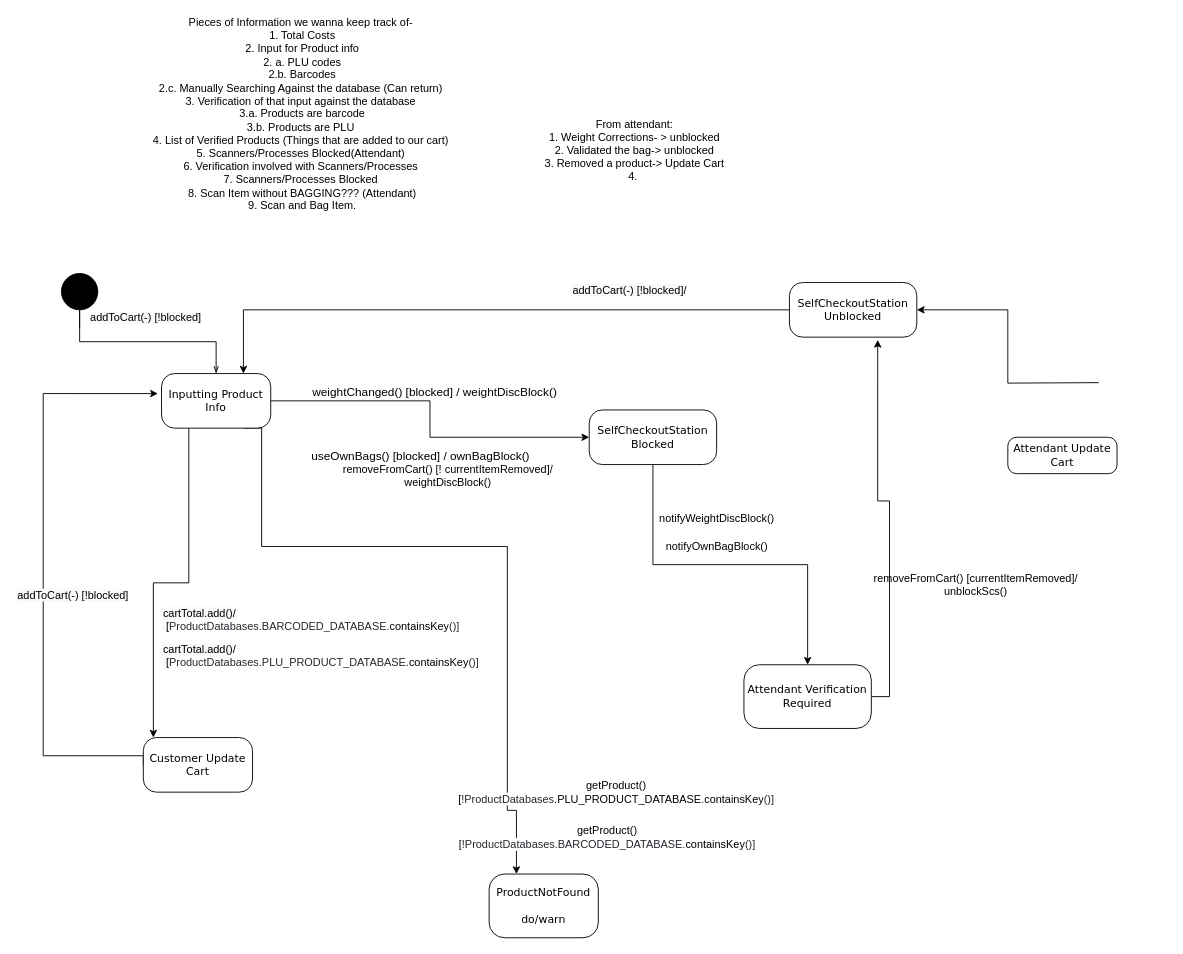
adam-25/Self-Checkout-System keeps this draw.io diagram as page "Scanning/Bagging" (2 of 4) of Diagrams/StateDiagrams/Untitled Diagram.drawio. Above is the earlier version. Source tidied: cells renumbered, new cells numbered last; positions are measured from the earlier drawing's top-left corner, leaving out a move shared by most shapes. Both pictures are drawn from the tidied source at 91%, with x=0, y=0 at pixel (15, 27).
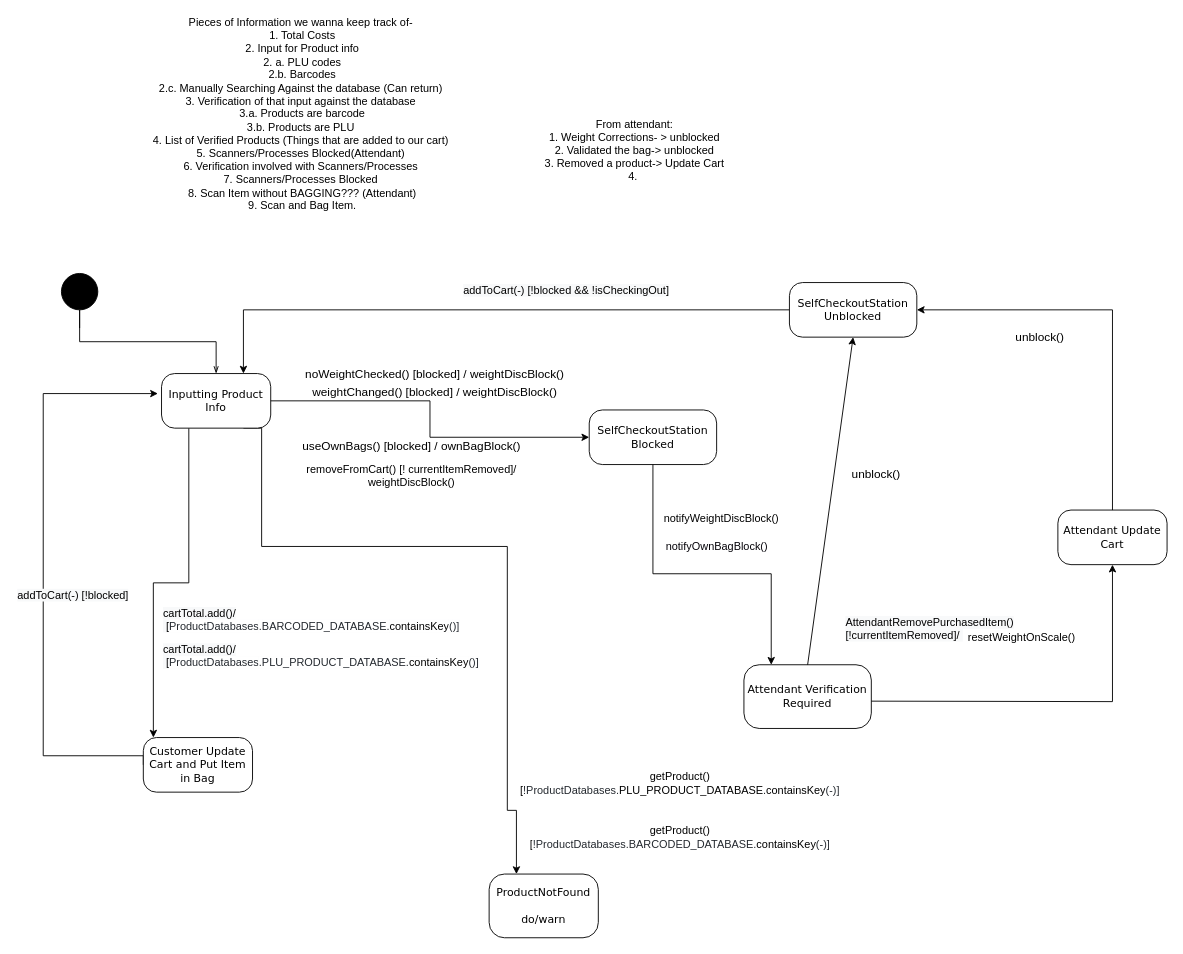
After the change.

The change refers to these unchanged cells:
```xml
<mxCell id="5" value="SelfCheckoutStation Blocked" style="rounded=1;whiteSpace=wrap;html=1;arcSize=24;shadow=0;comic=0;labelBackgroundColor=none;fontFamily=Verdana;fontSize=12;align=center;" parent="1" vertex="1">
  <mxGeometry x="630" y="420" width="140" height="60" as="geometry" />
</mxCell>
<mxCell id="13" value="Attendant Verification Required" style="rounded=1;whiteSpace=wrap;html=1;arcSize=24;shadow=0;comic=0;labelBackgroundColor=none;fontFamily=Verdana;fontSize=12;align=center;" parent="1" vertex="1">
  <mxGeometry x="800" y="700" width="140" height="70" as="geometry" />
</mxCell>
<mxCell id="15" value="SelfCheckoutStation Unblocked" style="rounded=1;whiteSpace=wrap;html=1;arcSize=24;shadow=0;comic=0;labelBackgroundColor=none;fontFamily=Verdana;fontSize=12;align=center;" parent="1" vertex="1">
  <mxGeometry x="850" y="280" width="140" height="60" as="geometry" />
</mxCell>
```

Change to the diagram source:
```diff
@@
-    <mxCell id="2" style="edgeStyle=orthogonalEdgeStyle;rounded=0;jettySize=auto;html=1;entryX=1;entryY=0.5;entryDx=0;entryDy=0;fontColor=#06040A;" parent="1" edge="1" target="15">
-      <mxGeometry relative="1" as="geometry">
-        <mxPoint x="1190" y="390" as="sourcePoint" />
-      </mxGeometry>
-    </mxCell>
-    <mxCell id="3" value="Attendant Update Cart" style="rounded=1;whiteSpace=wrap;html=1;arcSize=24;shadow=0;comic=0;labelBackgroundColor=none;fontFamily=Verdana;fontSize=12;align=center;" parent="1" vertex="1">
-      <mxGeometry x="1090" y="450" width="120" height="40" as="geometry" />
-    </mxCell>
@@
-    <mxCell id="12" style="edgeStyle=orthogonalEdgeStyle;rounded=0;jettySize=auto;html=1;exitX=1;exitY=0.5;exitDx=0;exitDy=0;fontColor=#06040A;entryX=0.693;entryY=1.05;entryDx=0;entryDy=0;entryPerimeter=0;" parent="1" edge="1" source="13" target="15">
-      <mxGeometry relative="1" as="geometry" />
-    </mxCell>
@@
-    <mxCell id="17" style="endArrow=classic;html=1;rounded=0;fontSize=13;exitX=0.5;exitY=1;exitDx=0;exitDy=0;entryX=0.5;entryY=0;entryDx=0;entryDy=0;edgeStyle=orthogonalEdgeStyle;" parent="1" edge="1" source="5" target="13">
-      <mxGeometry relative="1" as="geometry" />
+    <mxCell id="17" style="endArrow=classic;html=1;rounded=0;fontSize=13;exitX=0.5;exitY=1;exitDx=0;exitDy=0;edgeStyle=orthogonalEdgeStyle;" parent="1" edge="1" source="5">
+      <mxGeometry relative="1" as="geometry">
+        <mxPoint x="830" y="700" as="targetPoint" />
+        <Array as="points">
+          <mxPoint x="700" y="600" />
+          <mxPoint x="830" y="600" />
+          <mxPoint x="830" y="700" />
+        </Array>
+      </mxGeometry>
     </mxCell>
@@
-    <mxCell id="21" value="Customer Update Cart" style="rounded=1;whiteSpace=wrap;html=1;arcSize=24;shadow=0;comic=0;labelBackgroundColor=none;fontFamily=Verdana;fontSize=12;align=center;" parent="1" vertex="1">
+    <mxCell id="21" value="Customer Update Cart and Put Item in Bag" style="rounded=1;whiteSpace=wrap;html=1;arcSize=24;shadow=0;comic=0;labelBackgroundColor=none;fontFamily=Verdana;fontSize=12;align=center;" parent="1" vertex="1">
       <mxGeometry x="140" y="780" width="120" height="60" as="geometry" />
     </mxCell>
     <mxCell id="22" value="&lt;div&gt;&lt;span style=&quot;font-size: 13px&quot;&gt;useOwnBags() [blocked] / ownBagBlock()&lt;/span&gt;&lt;/div&gt;" style="text;html=1;strokeColor=none;fillColor=none;align=center;verticalAlign=middle;whiteSpace=wrap;rounded=0;" parent="1" vertex="1">
-      <mxGeometry x="310" y="450" width="270" height="40" as="geometry" />
+      <mxGeometry x="300" y="440" width="270" height="40" as="geometry" />
     </mxCell>
     <mxCell id="23" value="removeFromCart() [! currentItemRemoved]/&lt;br&gt;weightDiscBlock()&lt;br&gt;&amp;nbsp;" style="text;html=1;strokeColor=none;fillColor=none;align=center;verticalAlign=middle;whiteSpace=wrap;rounded=0;" parent="1" vertex="1">
-      <mxGeometry x="350" y="480" width="250" height="40" as="geometry" />
+      <mxGeometry x="310" y="480" width="250" height="40" as="geometry" />
     </mxCell>
     <mxCell id="24" value="&lt;span style=&quot;font-family: , , &amp;#34;sf mono&amp;#34; , &amp;#34;menlo&amp;#34; , &amp;#34;consolas&amp;#34; , &amp;#34;liberation mono&amp;#34; , monospace ; background-color: rgb(255 , 255 , 255)&quot;&gt;notifyWeightDiscBlock()&lt;/span&gt;" style="text;html=1;align=center;verticalAlign=middle;strokeColor=none;fillColor=none;" parent="1" vertex="1">
-      <mxGeometry x="700" y="530" width="140" height="20" as="geometry" />
+      <mxGeometry x="705" y="530" width="140" height="20" as="geometry" />
     </mxCell>
@@
-    <mxCell id="26" value="removeFromCart() [currentItemRemoved]/&lt;br&gt;unblockScs()&lt;br&gt;&amp;nbsp;" style="text;html=1;strokeColor=none;fillColor=none;align=center;verticalAlign=middle;whiteSpace=wrap;rounded=0;" parent="1" vertex="1">
-      <mxGeometry x="930" y="600" width="250" height="40" as="geometry" />
-    </mxCell>
@@
-    <mxCell id="29" value="&lt;span style=&quot;color: rgb(0 , 0 , 0) ; font-family: &amp;#34;helvetica&amp;#34; ; font-size: 12px ; font-style: normal ; font-weight: 400 ; letter-spacing: normal ; text-align: left ; text-indent: 0px ; text-transform: none ; word-spacing: 0px ; background-color: rgb(248 , 249 , 250) ; display: inline ; float: none&quot;&gt;addToCart(-) [!blocked]/&lt;/span&gt;" style="text;whiteSpace=wrap;html=1;" parent="1" vertex="1">
-      <mxGeometry x="610" y="275" width="160" height="30" as="geometry" />
+    <mxCell id="29" value="&lt;span style=&quot;color: rgb(0 , 0 , 0) ; font-family: &amp;#34;helvetica&amp;#34; ; font-size: 12px ; font-style: normal ; font-weight: 400 ; letter-spacing: normal ; text-align: left ; text-indent: 0px ; text-transform: none ; word-spacing: 0px ; background-color: rgb(248 , 249 , 250) ; display: inline ; float: none&quot;&gt;addToCart(-) [!blocked &amp;amp;&amp;amp; !isCheckingOut]&lt;/span&gt;" style="text;whiteSpace=wrap;html=1;" parent="1" vertex="1">
+      <mxGeometry x="490" y="275" width="230" height="30" as="geometry" />
     </mxCell>
-    <mxCell id="30" value="getProduct() [&lt;span style=&quot;color: rgb(36 , 41 , 47) ; background-color: rgb(255 , 255 , 255)&quot;&gt;!&lt;/span&gt;&lt;span class=&quot;pl-smi&quot; style=&quot;box-sizing: border-box ; color: rgb(36 , 41 , 47) ; background-color: rgb(255 , 255 , 255)&quot;&gt;ProductDatabases&lt;/span&gt;&lt;span style=&quot;color: rgb(36 , 41 , 47) ; background-color: rgb(255 , 255 , 255)&quot;&gt;.&lt;/span&gt;&lt;span class=&quot;pl-c1&quot; style=&quot;box-sizing: border-box ; background-color: rgb(255 , 255 , 255)&quot;&gt;PLU_PRODUCT_DATABASE&lt;/span&gt;&lt;span style=&quot;color: rgb(36 , 41 , 47) ; background-color: rgb(255 , 255 , 255)&quot;&gt;.&lt;/span&gt;&lt;span class=&quot;pl-en&quot; style=&quot;box-sizing: border-box ; background-color: rgb(255 , 255 , 255)&quot;&gt;containsKey&lt;/span&gt;&lt;span style=&quot;color: rgb(36 , 41 , 47) ; background-color: rgb(255 , 255 , 255)&quot;&gt;(&lt;/span&gt;&lt;span style=&quot;color: rgb(36 , 41 , 47) ; background-color: rgb(255 , 255 , 255)&quot;&gt;)]&lt;/span&gt;" style="text;html=1;strokeColor=none;fillColor=none;align=center;verticalAlign=middle;whiteSpace=wrap;rounded=0;" parent="1" vertex="1">
-      <mxGeometry x="570" y="800" width="180" height="80" as="geometry" />
+    <mxCell id="30" value="getProduct() [&lt;span style=&quot;color: rgb(36 , 41 , 47) ; background-color: rgb(255 , 255 , 255)&quot;&gt;!&lt;/span&gt;&lt;span class=&quot;pl-smi&quot; style=&quot;box-sizing: border-box ; color: rgb(36 , 41 , 47) ; background-color: rgb(255 , 255 , 255)&quot;&gt;ProductDatabases&lt;/span&gt;&lt;span style=&quot;color: rgb(36 , 41 , 47) ; background-color: rgb(255 , 255 , 255)&quot;&gt;.&lt;/span&gt;&lt;span class=&quot;pl-c1&quot; style=&quot;box-sizing: border-box ; background-color: rgb(255 , 255 , 255)&quot;&gt;PLU_PRODUCT_DATABASE&lt;/span&gt;&lt;span style=&quot;color: rgb(36 , 41 , 47) ; background-color: rgb(255 , 255 , 255)&quot;&gt;.&lt;/span&gt;&lt;span class=&quot;pl-en&quot; style=&quot;box-sizing: border-box ; background-color: rgb(255 , 255 , 255)&quot;&gt;containsKey&lt;/span&gt;&lt;span style=&quot;color: rgb(36 , 41 , 47) ; background-color: rgb(255 , 255 , 255)&quot;&gt;(-&lt;/span&gt;&lt;span style=&quot;color: rgb(36 , 41 , 47) ; background-color: rgb(255 , 255 , 255)&quot;&gt;)]&lt;/span&gt;" style="text;html=1;strokeColor=none;fillColor=none;align=center;verticalAlign=middle;whiteSpace=wrap;rounded=0;" parent="1" vertex="1">
+      <mxGeometry x="640" y="790" width="180" height="80" as="geometry" />
     </mxCell>
-    <mxCell id="31" value="getProduct() [&lt;span style=&quot;color: rgb(36 , 41 , 47) ; background-color: rgb(255 , 255 , 255)&quot;&gt;!&lt;/span&gt;&lt;span class=&quot;pl-smi&quot; style=&quot;box-sizing: border-box ; color: rgb(36 , 41 , 47) ; background-color: rgb(255 , 255 , 255)&quot;&gt;ProductDatabases&lt;/span&gt;&lt;span style=&quot;color: rgb(36 , 41 , 47) ; background-color: rgb(255 , 255 , 255)&quot;&gt;.&lt;/span&gt;&lt;span class=&quot;pl-c1&quot; style=&quot;box-sizing: border-box ; background-color: rgb(255 , 255 , 255)&quot;&gt;&lt;font color=&quot;#24292f&quot;&gt;BARCODED_DATABASE.&lt;/font&gt;&lt;/span&gt;&lt;span class=&quot;pl-en&quot; style=&quot;box-sizing: border-box ; background-color: rgb(255 , 255 , 255)&quot;&gt;containsKey&lt;/span&gt;&lt;span style=&quot;color: rgb(36 , 41 , 47) ; background-color: rgb(255 , 255 , 255)&quot;&gt;(&lt;/span&gt;&lt;span style=&quot;color: rgb(36 , 41 , 47) ; background-color: rgb(255 , 255 , 255)&quot;&gt;)]&lt;/span&gt;" style="text;html=1;strokeColor=none;fillColor=none;align=center;verticalAlign=middle;whiteSpace=wrap;rounded=0;" parent="1" vertex="1">
-      <mxGeometry x="560" y="850" width="180" height="80" as="geometry" />
+    <mxCell id="31" value="getProduct() [&lt;span style=&quot;color: rgb(36 , 41 , 47) ; background-color: rgb(255 , 255 , 255)&quot;&gt;!&lt;/span&gt;&lt;span class=&quot;pl-smi&quot; style=&quot;box-sizing: border-box ; color: rgb(36 , 41 , 47) ; background-color: rgb(255 , 255 , 255)&quot;&gt;ProductDatabases&lt;/span&gt;&lt;span style=&quot;color: rgb(36 , 41 , 47) ; background-color: rgb(255 , 255 , 255)&quot;&gt;.&lt;/span&gt;&lt;span class=&quot;pl-c1&quot; style=&quot;box-sizing: border-box ; background-color: rgb(255 , 255 , 255)&quot;&gt;&lt;font color=&quot;#24292f&quot;&gt;BARCODED_DATABASE.&lt;/font&gt;&lt;/span&gt;&lt;span class=&quot;pl-en&quot; style=&quot;box-sizing: border-box ; background-color: rgb(255 , 255 , 255)&quot;&gt;containsKey&lt;/span&gt;&lt;span style=&quot;color: rgb(36 , 41 , 47) ; background-color: rgb(255 , 255 , 255)&quot;&gt;(-&lt;/span&gt;&lt;span style=&quot;color: rgb(36 , 41 , 47) ; background-color: rgb(255 , 255 , 255)&quot;&gt;)]&lt;/span&gt;" style="text;html=1;strokeColor=none;fillColor=none;align=center;verticalAlign=middle;whiteSpace=wrap;rounded=0;" parent="1" vertex="1">
+      <mxGeometry x="640" y="850" width="180" height="80" as="geometry" />
     </mxCell>
@@
-    <mxCell id="34" value="&lt;span style=&quot;color: rgb(0 , 0 , 0) ; font-family: &amp;#34;helvetica&amp;#34; ; font-size: 12px ; font-style: normal ; font-weight: 400 ; letter-spacing: normal ; text-align: left ; text-indent: 0px ; text-transform: none ; word-spacing: 0px ; background-color: rgb(248 , 249 , 250) ; display: inline ; float: none&quot;&gt;addToCart(-) [!blocked]&lt;/span&gt;" style="text;whiteSpace=wrap;html=1;" parent="1" vertex="1">
-      <mxGeometry x="80" y="305" width="160" height="30" as="geometry" />
-    </mxCell>
+    <mxCell id="35" value="&lt;font style=&quot;font-size: 13px&quot;&gt;noWeightChecked() [blocked] / weightDiscBlock()&lt;/font&gt;" style="text;html=1;align=center;verticalAlign=middle;strokeColor=none;fillColor=none;" parent="1" vertex="1">
+      <mxGeometry x="310" y="370" width="300" height="20" as="geometry" />
+    </mxCell>
+    <mxCell id="3" value="Attendant Update Cart" style="rounded=1;whiteSpace=wrap;html=1;arcSize=24;shadow=0;comic=0;labelBackgroundColor=none;fontFamily=Verdana;fontSize=12;align=center;" parent="1" vertex="1">
+      <mxGeometry x="1145" y="530" width="120" height="60" as="geometry" />
+    </mxCell>
+    <mxCell id="36" style="edgeStyle=orthogonalEdgeStyle;rounded=0;jettySize=auto;html=1;entryX=0.5;entryY=1;entryDx=0;entryDy=0;fontColor=#06040A;exitX=1;exitY=0.5;exitDx=0;exitDy=0;" parent="1" edge="1" target="3">
+      <mxGeometry relative="1" as="geometry">
+        <mxPoint x="940" y="740" as="sourcePoint" />
+      </mxGeometry>
+    </mxCell>
+    <mxCell id="37" value="&lt;span style=&quot;color: rgb(0 , 0 , 0) ; font-family: &amp;#34;helvetica&amp;#34; ; font-size: 12px ; font-style: normal ; font-weight: 400 ; letter-spacing: normal ; text-align: left ; text-indent: 0px ; text-transform: none ; word-spacing: 0px ; background-color: rgb(248 , 249 , 250) ; display: inline ; float: none&quot;&gt;AttendantRemovePurchasedItem() [!currentItemRemoved]/&amp;nbsp;&lt;br&gt;&lt;br&gt;&lt;/span&gt;" style="text;whiteSpace=wrap;html=1;fontColor=#000000;" parent="1" vertex="1">
+      <mxGeometry x="910" y="640" width="210" height="30" as="geometry" />
+    </mxCell>
+    <mxCell id="38" value="&lt;font color=&quot;#000000&quot;&gt;resetWeightOnScale()&lt;/font&gt;" style="text;html=1;align=center;verticalAlign=middle;strokeColor=none;fillColor=none;fontColor=#330033;" parent="1" vertex="1">
+      <mxGeometry x="1040" y="660" width="130" height="20" as="geometry" />
+    </mxCell>
+    <mxCell id="39" style="edgeStyle=orthogonalEdgeStyle;rounded=0;jettySize=auto;html=1;exitX=0.5;exitY=0;exitDx=0;exitDy=0;entryX=1;entryY=0.5;entryDx=0;entryDy=0;fontColor=#06040A;" parent="1" edge="1" source="3" target="15">
+      <mxGeometry relative="1" as="geometry" />
+    </mxCell>
+    <mxCell id="12" style="endArrow=classic;html=1;rounded=0;fontSize=13;entryX=0.5;entryY=1;entryDx=0;entryDy=0;exitX=0.5;exitY=0;exitDx=0;exitDy=0;" parent="1" edge="1" source="13" target="15">
+      <mxGeometry relative="1" as="geometry" />
+    </mxCell>
+    <mxCell id="40" value="unblock()" style="text;html=1;align=center;verticalAlign=middle;strokeColor=none;fillColor=none;fontSize=13;fontColor=#000000;" parent="1" vertex="1">
+      <mxGeometry x="910" y="480" width="70" height="20" as="geometry" />
+    </mxCell>
+    <mxCell id="41" value="unblock()" style="text;html=1;align=center;verticalAlign=middle;strokeColor=none;fillColor=none;fontSize=13;fontColor=#000000;" parent="1" vertex="1">
+      <mxGeometry x="1090" y="330" width="70" height="20" as="geometry" />
+    </mxCell>
```
